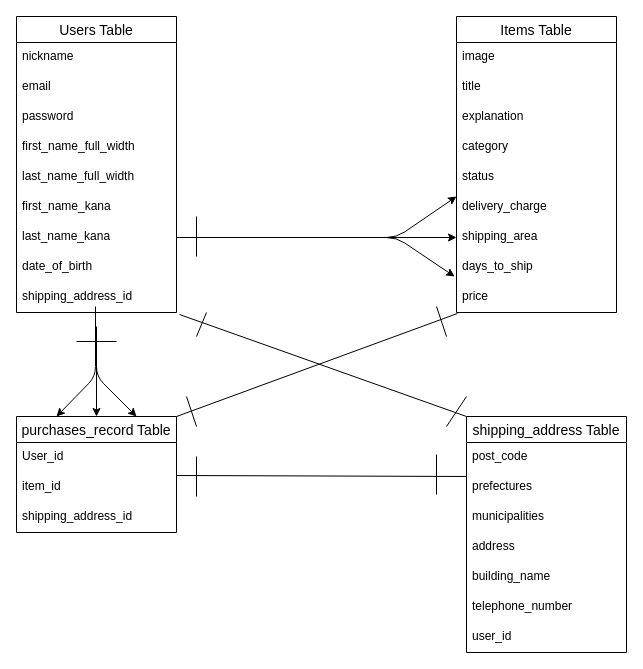
Koki-Nambu/furima-37351 keeps this draw.io diagram as ER.dio. Above is the earlier version. Source tidied: cells renumbered, new cells numbered last; positions are measured from the earlier drawing's top-left corner, leaving out a move shared by most shapes. Both pictures are drawn from the tidied source at 100%, with x=0, y=0 at pixel (16, 16).
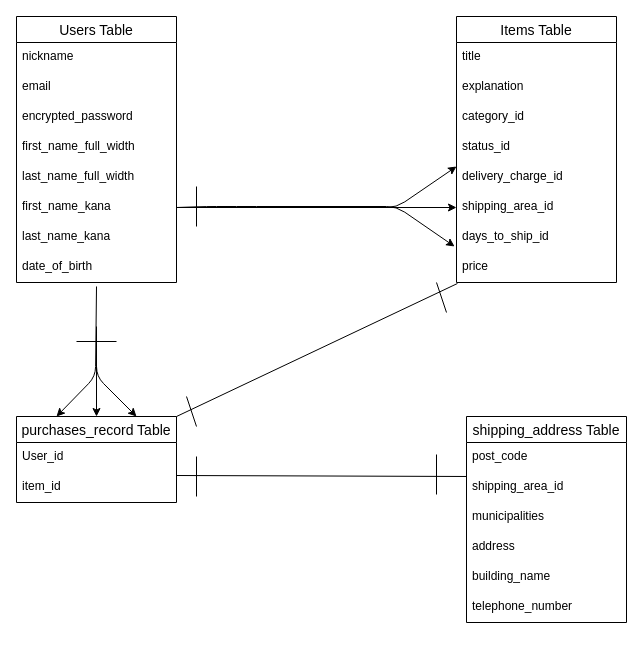
After the change.

The change refers to these unchanged cells:
```xml
<mxCell id="11" value="first_name_kana" style="text;strokeColor=none;fillColor=none;spacingLeft=4;spacingRight=4;overflow=hidden;points=[[0,0.5],[1,0.5]];portConstraint=eastwest;fontSize=12;" parent="5" vertex="1">
  <mxGeometry y="176" width="160" height="30" as="geometry" />
</mxCell>
<mxCell id="12" value="last_name_kana" style="text;strokeColor=none;fillColor=none;spacingLeft=4;spacingRight=4;overflow=hidden;points=[[0,0.5],[1,0.5]];portConstraint=eastwest;fontSize=12;" parent="5" vertex="1">
  <mxGeometry y="206" width="160" height="30" as="geometry" />
</mxCell>
<mxCell id="13" value="date_of_birth" style="text;strokeColor=none;fillColor=none;spacingLeft=4;spacingRight=4;overflow=hidden;points=[[0,0.5],[1,0.5]];portConstraint=eastwest;fontSize=12;" parent="5" vertex="1">
  <mxGeometry y="236" width="160" height="30" as="geometry" />
</mxCell>
```

The edit, as a diff of the source:
```diff
@@
-    <mxCell id="3" style="edgeStyle=none;html=1;entryX=0.25;entryY=0;entryDx=0;entryDy=0;" parent="1" edge="1" target="29">
+    <mxCell id="3" style="edgeStyle=none;html=1;entryX=0.25;entryY=0;entryDx=0;entryDy=0;exitX=0.5;exitY=1.133;exitDx=0;exitDy=0;exitPerimeter=0;" parent="1" edge="1" source="13" target="29">
       <mxGeometry relative="1" as="geometry">
-        <mxPoint x="79" y="290" as="sourcePoint" />
         <Array as="points">
           <mxPoint x="79" y="360" />
         </Array>
       </mxGeometry>
     </mxCell>
@@
     <mxCell id="5" value="Users Table" style="swimlane;fontStyle=0;horizontal=1;startSize=26;align=center;fontSize=14;" parent="1" vertex="1">
-      <mxGeometry width="160" height="296" as="geometry" />
+      <mxGeometry width="160" height="266" as="geometry" />
     </mxCell>
@@
-    <mxCell id="8" value="password" style="text;strokeColor=none;fillColor=none;spacingLeft=4;spacingRight=4;overflow=hidden;fontSize=12;" parent="5" vertex="1">
+    <mxCell id="8" value="encrypted_password" style="text;strokeColor=none;fillColor=none;spacingLeft=4;spacingRight=4;overflow=hidden;fontSize=12;" parent="5" vertex="1">
       <mxGeometry y="86" width="160" height="30" as="geometry" />
     </mxCell>
@@
-    <mxCell id="14" value="shipping_address_id" style="text;strokeColor=none;fillColor=none;spacingLeft=4;spacingRight=4;overflow=hidden;points=[[0,0.5],[1,0.5]];portConstraint=eastwest;fontSize=12;" parent="5" vertex="1">
-      <mxGeometry y="266" width="160" height="30" as="geometry" />
-    </mxCell>
     <mxCell id="15" value="Items Table" style="swimlane;fontStyle=0;horizontal=1;startSize=26;align=center;fontSize=14;" parent="1" vertex="1">
-      <mxGeometry x="440" width="160" height="296" as="geometry" />
+      <mxGeometry x="440" width="160" height="266" as="geometry" />
     </mxCell>
-    <mxCell id="16" value="image" style="text;strokeColor=none;fillColor=none;spacingLeft=4;spacingRight=4;overflow=hidden;fontSize=12;" parent="15" vertex="1">
-      <mxGeometry y="26" width="160" height="30" as="geometry" />
-    </mxCell>
     <mxCell id="17" value="title" style="text;strokeColor=none;fillColor=none;spacingLeft=4;spacingRight=4;overflow=hidden;fontSize=12;" parent="15" vertex="1">
-      <mxGeometry y="56" width="160" height="30" as="geometry" />
+      <mxGeometry y="26" width="160" height="30" as="geometry" />
     </mxCell>
     <mxCell id="18" value="explanation" style="text;strokeColor=none;fillColor=none;spacingLeft=4;spacingRight=4;overflow=hidden;fontSize=12;" parent="15" vertex="1">
-      <mxGeometry y="86" width="160" height="30" as="geometry" />
+      <mxGeometry y="56" width="160" height="30" as="geometry" />
     </mxCell>
-    <mxCell id="19" value="category" style="text;strokeColor=none;fillColor=none;spacingLeft=4;spacingRight=4;overflow=hidden;fontSize=12;" parent="15" vertex="1">
-      <mxGeometry y="116" width="160" height="30" as="geometry" />
+    <mxCell id="19" value="category_id" style="text;strokeColor=none;fillColor=none;spacingLeft=4;spacingRight=4;overflow=hidden;fontSize=12;" parent="15" vertex="1">
+      <mxGeometry y="86" width="160" height="30" as="geometry" />
     </mxCell>
-    <mxCell id="20" value="status" style="text;strokeColor=none;fillColor=none;spacingLeft=4;spacingRight=4;overflow=hidden;fontSize=12;" parent="15" vertex="1">
-      <mxGeometry y="146" width="160" height="30" as="geometry" />
+    <mxCell id="20" value="status_id" style="text;strokeColor=none;fillColor=none;spacingLeft=4;spacingRight=4;overflow=hidden;fontSize=12;" parent="15" vertex="1">
+      <mxGeometry y="116" width="160" height="30" as="geometry" />
     </mxCell>
-    <mxCell id="21" value="delivery_charge" style="text;strokeColor=none;fillColor=none;spacingLeft=4;spacingRight=4;overflow=hidden;points=[[0,0.5],[1,0.5]];portConstraint=eastwest;fontSize=12;" parent="15" vertex="1">
-      <mxGeometry y="176" width="160" height="30" as="geometry" />
+    <mxCell id="21" value="delivery_charge_id" style="text;strokeColor=none;fillColor=none;spacingLeft=4;spacingRight=4;overflow=hidden;points=[[0,0.5],[1,0.5]];portConstraint=eastwest;fontSize=12;" parent="15" vertex="1">
+      <mxGeometry y="146" width="160" height="30" as="geometry" />
     </mxCell>
-    <mxCell id="22" value="shipping_area" style="text;strokeColor=none;fillColor=none;spacingLeft=4;spacingRight=4;overflow=hidden;points=[[0,0.5],[1,0.5]];portConstraint=eastwest;fontSize=12;" parent="15" vertex="1">
-      <mxGeometry y="206" width="160" height="30" as="geometry" />
+    <mxCell id="22" value="shipping_area_id" style="text;strokeColor=none;fillColor=none;spacingLeft=4;spacingRight=4;overflow=hidden;points=[[0,0.5],[1,0.5]];portConstraint=eastwest;fontSize=12;" parent="15" vertex="1">
+      <mxGeometry y="176" width="160" height="30" as="geometry" />
     </mxCell>
-    <mxCell id="23" value="days_to_ship" style="text;strokeColor=none;fillColor=none;spacingLeft=4;spacingRight=4;overflow=hidden;points=[[0,0.5],[1,0.5]];portConstraint=eastwest;fontSize=12;" parent="15" vertex="1">
-      <mxGeometry y="236" width="160" height="30" as="geometry" />
+    <mxCell id="23" value="days_to_ship_id&#10;" style="text;strokeColor=none;fillColor=none;spacingLeft=4;spacingRight=4;overflow=hidden;points=[[0,0.5],[1,0.5]];portConstraint=eastwest;fontSize=12;" parent="15" vertex="1">
+      <mxGeometry y="206" width="160" height="30" as="geometry" />
     </mxCell>
     <mxCell id="24" value="price" style="text;strokeColor=none;fillColor=none;spacingLeft=4;spacingRight=4;overflow=hidden;points=[[0,0.5],[1,0.5]];portConstraint=eastwest;fontSize=12;" parent="15" vertex="1">
-      <mxGeometry y="266" width="160" height="30" as="geometry" />
+      <mxGeometry y="236" width="160" height="30" as="geometry" />
     </mxCell>
-    <mxCell id="25" style="edgeStyle=none;html=1;exitX=1;exitY=0.5;exitDx=0;exitDy=0;entryX=0;entryY=0.5;entryDx=0;entryDy=0;" parent="1" edge="1" source="12" target="22">
+    <mxCell id="25" style="edgeStyle=none;html=1;exitX=1;exitY=0.5;exitDx=0;exitDy=0;entryX=0;entryY=0.5;entryDx=0;entryDy=0;" parent="1" edge="1" source="11" target="22">
       <mxGeometry relative="1" as="geometry" />
     </mxCell>
-    <mxCell id="26" style="edgeStyle=none;html=1;exitX=1;exitY=0.5;exitDx=0;exitDy=0;entryX=0;entryY=0.133;entryDx=0;entryDy=0;entryPerimeter=0;" parent="1" edge="1" source="12" target="21">
+    <mxCell id="26" style="edgeStyle=none;html=1;exitX=1;exitY=0.5;exitDx=0;exitDy=0;entryX=0;entryY=0.133;entryDx=0;entryDy=0;entryPerimeter=0;" parent="1" edge="1" source="11" target="21">
       <mxGeometry relative="1" as="geometry">
         <Array as="points">
-          <mxPoint x="380" y="221" />
+          <mxPoint x="380" y="191" />
         </Array>
       </mxGeometry>
     </mxCell>
-    <mxCell id="27" style="edgeStyle=none;html=1;exitX=1;exitY=0.5;exitDx=0;exitDy=0;entryX=-0.012;entryY=0.8;entryDx=0;entryDy=0;entryPerimeter=0;" parent="1" edge="1" source="12" target="23">
+    <mxCell id="27" style="edgeStyle=none;html=1;exitX=1;exitY=0.5;exitDx=0;exitDy=0;entryX=-0.012;entryY=0.8;entryDx=0;entryDy=0;entryPerimeter=0;" parent="1" edge="1" source="11" target="23">
       <mxGeometry relative="1" as="geometry">
         <Array as="points">
-          <mxPoint x="190" y="221" />
-          <mxPoint x="380" y="221" />
+          <mxPoint x="190" y="190" />
+          <mxPoint x="230" y="190" />
+          <mxPoint x="380" y="190" />
         </Array>
       </mxGeometry>
     </mxCell>
     <mxCell id="28" style="endArrow=none;html=1;" parent="1" edge="1">
       <mxGeometry relative="1" as="geometry">
-        <mxPoint x="180" y="200" as="sourcePoint" />
-        <mxPoint x="180" y="240" as="targetPoint" />
+        <mxPoint x="180" y="170" as="sourcePoint" />
+        <mxPoint x="180" y="210" as="targetPoint" />
       </mxGeometry>
     </mxCell>
     <mxCell id="29" value="purchases_record Table" style="swimlane;fontStyle=0;horizontal=1;startSize=26;align=center;fontSize=14;" parent="1" vertex="1">
-      <mxGeometry y="400" width="160" height="116" as="geometry" />
+      <mxGeometry y="400" width="160" height="86" as="geometry" />
     </mxCell>
@@
-    <mxCell id="32" value="shipping_address_id" style="text;strokeColor=none;fillColor=none;spacingLeft=4;spacingRight=4;overflow=hidden;fontSize=12;" parent="29" vertex="1">
-      <mxGeometry y="86" width="160" height="30" as="geometry" />
-    </mxCell>
@@
     <mxCell id="35" style="endArrow=none;html=1;rounded=0;" parent="1" edge="1">
       <mxGeometry relative="1" as="geometry">
-        <mxPoint x="420" y="290" as="sourcePoint" />
-        <mxPoint x="430" y="320" as="targetPoint" />
+        <mxPoint x="420" y="266" as="sourcePoint" />
+        <mxPoint x="430" y="296" as="targetPoint" />
       </mxGeometry>
     </mxCell>
@@
     <mxCell id="37" value="shipping_address Table" style="swimlane;fontStyle=0;horizontal=1;startSize=26;align=center;fontSize=14;" parent="1" vertex="1">
-      <mxGeometry x="450" y="400" width="160" height="236" as="geometry" />
+      <mxGeometry x="450" y="400" width="160" height="206" as="geometry" />
     </mxCell>
@@
-    <mxCell id="39" value="prefectures" style="text;strokeColor=none;fillColor=none;spacingLeft=4;spacingRight=4;overflow=hidden;points=[[0,0.5],[1,0.5]];portConstraint=eastwest;fontSize=12;" parent="37" vertex="1">
+    <mxCell id="39" value="shipping_area_id" style="text;strokeColor=none;fillColor=none;spacingLeft=4;spacingRight=4;overflow=hidden;points=[[0,0.5],[1,0.5]];portConstraint=eastwest;fontSize=12;" parent="37" vertex="1">
       <mxGeometry y="56" width="160" height="30" as="geometry" />
     </mxCell>
@@
-    <mxCell id="44" value="user_id" style="text;strokeColor=none;fillColor=none;spacingLeft=4;spacingRight=4;overflow=hidden;fontSize=12;" parent="37" vertex="1">
-      <mxGeometry y="206" width="160" height="30" as="geometry" />
-    </mxCell>
@@
-    <mxCell id="48" style="endArrow=none;html=1;entryX=0;entryY=0;entryDx=0;entryDy=0;exitX=1.019;exitY=1.067;exitDx=0;exitDy=0;exitPerimeter=0;" parent="1" edge="1" source="14" target="37">
-      <mxGeometry relative="1" as="geometry" />
-    </mxCell>
-    <mxCell id="49" style="endArrow=none;html=1;" parent="1" edge="1">
-      <mxGeometry relative="1" as="geometry">
-        <mxPoint x="180" y="320" as="sourcePoint" />
-        <mxPoint x="190" y="296" as="targetPoint" />
-      </mxGeometry>
-    </mxCell>
-    <mxCell id="50" style="endArrow=none;html=1;" parent="1" edge="1">
-      <mxGeometry relative="1" as="geometry">
-        <mxPoint x="430" y="410" as="sourcePoint" />
-        <mxPoint x="450" y="380" as="targetPoint" />
-      </mxGeometry>
-    </mxCell>
```
